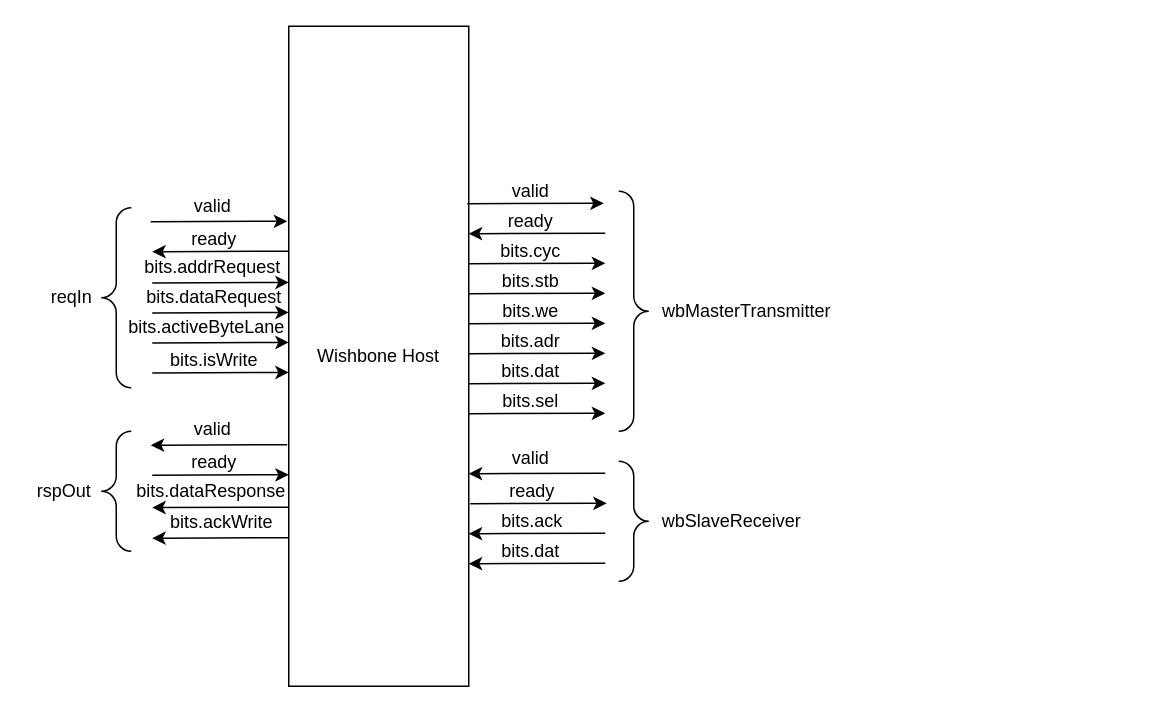
Earlier version of the draw.io diagram doc/wishbone.drawio (merledu/caravan). Source tidied: cells renumbered, new cells numbered last; positions are measured from the earlier drawing's top-left corner, leaving out a move shared by most shapes. Both pictures are drawn from the tidied source at 150%, with x=0, y=0 at pixel (26, 26).
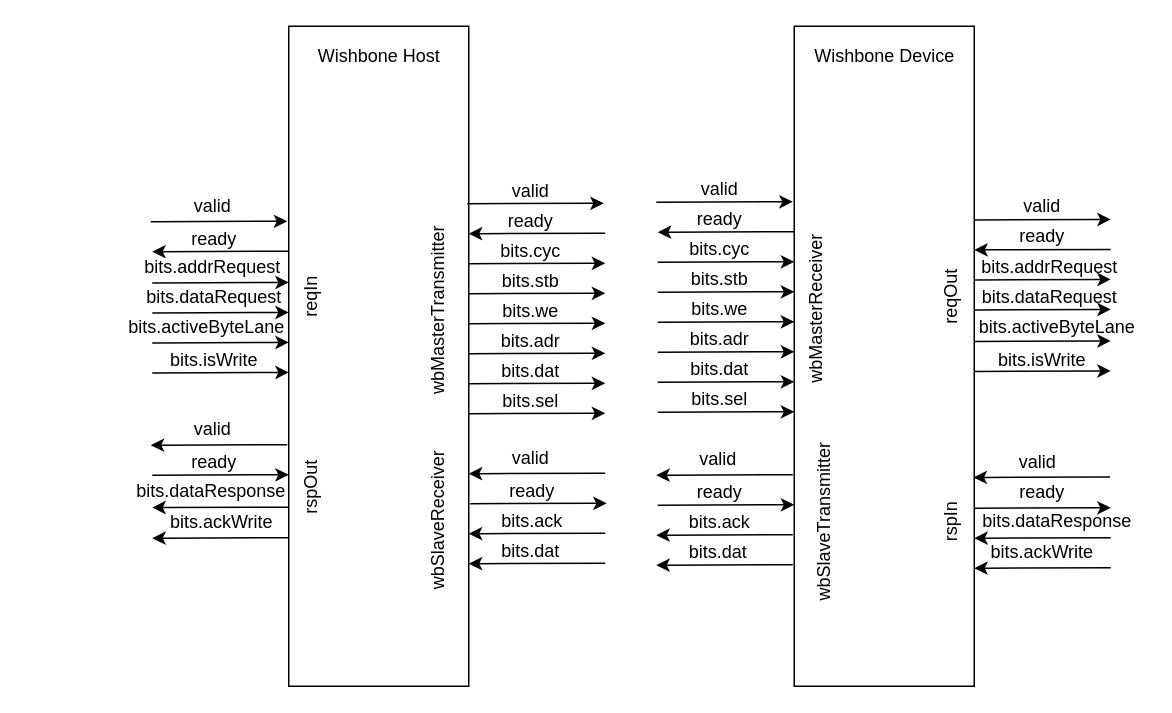
Above is the later version.

Commit message:
modified the wishbone diagram

Diff of the diagram source:
```diff
@@
-    <mxCell id="2" value="Wishbone Host" style="rounded=0;whiteSpace=wrap;html=1;" parent="1" vertex="1">
+    <mxCell id="2" style="rounded=0;whiteSpace=wrap;html=1;" parent="1" vertex="1">
       <mxGeometry x="175" width="120" height="440" as="geometry" />
     </mxCell>
@@
-    <mxCell id="19" style="labelPosition=right;align=left;strokeWidth=1;shape=mxgraph.mockup.markup.curlyBrace;html=1;shadow=0;dashed=0;direction=south;" parent="1" vertex="1">
-      <mxGeometry x="395" y="110" width="20" height="160" as="geometry" />
-    </mxCell>
-    <mxCell id="20" value="wbMasterTransmitter" style="text;html=1;align=center;verticalAlign=middle;" parent="1" vertex="1">
-      <mxGeometry x="415" y="180" width="130" height="20" as="geometry" />
+    <mxCell id="20" value="wbMasterTransmitter" style="text;html=1;align=center;verticalAlign=middle;rotation=-90;" parent="1" vertex="1">
+      <mxGeometry x="210" y="180" width="130" height="20" as="geometry" />
     </mxCell>
@@
-    <mxCell id="29" style="labelPosition=right;align=left;strokeWidth=1;shape=mxgraph.mockup.markup.curlyBrace;html=1;shadow=0;dashed=0;direction=south;" parent="1" vertex="1">
-      <mxGeometry x="395" y="290" width="20" height="80" as="geometry" />
-    </mxCell>
-    <mxCell id="30" value="wbSlaveReceiver" style="text;html=1;align=center;verticalAlign=middle;" parent="1" vertex="1">
-      <mxGeometry x="415" y="320" width="110" height="20" as="geometry" />
+    <mxCell id="30" value="wbSlaveReceiver" style="text;html=1;align=center;verticalAlign=middle;rotation=-90;" parent="1" vertex="1">
+      <mxGeometry x="220" y="320" width="110" height="20" as="geometry" />
     </mxCell>
@@
-    <mxCell id="43" style="labelPosition=right;align=left;strokeWidth=1;shape=mxgraph.mockup.markup.curlyBrace;html=1;shadow=0;dashed=0;direction=north;" parent="1" vertex="1">
-      <mxGeometry x="50" y="121" width="20" height="120" as="geometry" />
-    </mxCell>
-    <mxCell id="44" value="reqIn" style="text;html=1;align=center;verticalAlign=middle;" parent="1" vertex="1">
-      <mxGeometry x="10" y="171" width="40" height="20" as="geometry" />
+    <mxCell id="44" value="reqIn" style="text;html=1;align=center;verticalAlign=middle;rotation=-90;" parent="1" vertex="1">
+      <mxGeometry x="170" y="171" width="40" height="20" as="geometry" />
     </mxCell>
@@
-    <mxCell id="53" style="labelPosition=right;align=left;strokeWidth=1;shape=mxgraph.mockup.markup.curlyBrace;html=1;shadow=0;dashed=0;direction=north;" parent="1" vertex="1">
-      <mxGeometry x="50" y="270" width="20" height="80" as="geometry" />
-    </mxCell>
-    <mxCell id="54" value="rspOut" style="text;html=1;align=center;verticalAlign=middle;" parent="1" vertex="1">
-      <mxGeometry y="300" width="50" height="20" as="geometry" />
+    <mxCell id="54" value="rspOut" style="text;html=1;align=center;verticalAlign=middle;rotation=-90;" parent="1" vertex="1">
+      <mxGeometry x="165" y="298" width="50" height="20" as="geometry" />
     </mxCell>
+    <mxCell id="55" style="rounded=0;whiteSpace=wrap;html=1;" parent="1" vertex="1">
+      <mxGeometry x="512" width="120" height="440" as="geometry" />
+    </mxCell>
+    <mxCell id="56" style="endArrow=classic;html=1;exitX=0.995;exitY=0.056;exitDx=0;exitDy=0;exitPerimeter=0;" parent="1" edge="1">
+      <mxGeometry x="166" y="199" as="geometry">
+        <mxPoint x="420" y="117.3" as="sourcePoint" />
+        <mxPoint x="511" y="117" as="targetPoint" />
+      </mxGeometry>
+    </mxCell>
+    <mxCell id="57" style="endArrow=classic;html=1;exitX=0.995;exitY=0.056;exitDx=0;exitDy=0;exitPerimeter=0;" parent="1" edge="1">
+      <mxGeometry x="166" y="199" as="geometry">
+        <mxPoint x="512" y="137" as="sourcePoint" />
+        <mxPoint x="421" y="137.3" as="targetPoint" />
+      </mxGeometry>
+    </mxCell>
+    <mxCell id="58" value="valid" style="text;html=1;align=center;verticalAlign=middle;" parent="1" vertex="1">
+      <mxGeometry x="442" y="99" width="40" height="20" as="geometry" />
+    </mxCell>
+    <mxCell id="59" value="ready" style="text;html=1;align=center;verticalAlign=middle;" parent="1" vertex="1">
+      <mxGeometry x="437" y="119" width="50" height="20" as="geometry" />
+    </mxCell>
+    <mxCell id="60" style="endArrow=classic;html=1;exitX=0.995;exitY=0.056;exitDx=0;exitDy=0;exitPerimeter=0;" parent="1" edge="1">
+      <mxGeometry x="166" y="199" as="geometry">
+        <mxPoint x="421" y="157.3" as="sourcePoint" />
+        <mxPoint x="512" y="157" as="targetPoint" />
+      </mxGeometry>
+    </mxCell>
+    <mxCell id="61" value="bits.cyc" style="text;html=1;align=center;verticalAlign=middle;" parent="1" vertex="1">
+      <mxGeometry x="432" y="139" width="60" height="20" as="geometry" />
+    </mxCell>
+    <mxCell id="62" style="endArrow=classic;html=1;exitX=0.995;exitY=0.056;exitDx=0;exitDy=0;exitPerimeter=0;" parent="1" edge="1">
+      <mxGeometry x="166" y="199" as="geometry">
+        <mxPoint x="421" y="177.3" as="sourcePoint" />
+        <mxPoint x="512" y="177" as="targetPoint" />
+      </mxGeometry>
+    </mxCell>
+    <mxCell id="63" value="bits.stb" style="text;html=1;align=center;verticalAlign=middle;" parent="1" vertex="1">
+      <mxGeometry x="437" y="159" width="50" height="20" as="geometry" />
+    </mxCell>
+    <mxCell id="64" style="endArrow=classic;html=1;exitX=0.995;exitY=0.056;exitDx=0;exitDy=0;exitPerimeter=0;" parent="1" edge="1">
+      <mxGeometry x="166" y="199" as="geometry">
+        <mxPoint x="421" y="197.3" as="sourcePoint" />
+        <mxPoint x="512" y="197" as="targetPoint" />
+      </mxGeometry>
+    </mxCell>
+    <mxCell id="65" style="endArrow=classic;html=1;exitX=0.995;exitY=0.056;exitDx=0;exitDy=0;exitPerimeter=0;" parent="1" edge="1">
+      <mxGeometry x="166" y="199" as="geometry">
+        <mxPoint x="421" y="217.3" as="sourcePoint" />
+        <mxPoint x="512" y="217" as="targetPoint" />
+      </mxGeometry>
+    </mxCell>
+    <mxCell id="66" style="endArrow=classic;html=1;exitX=0.995;exitY=0.056;exitDx=0;exitDy=0;exitPerimeter=0;" parent="1" edge="1">
+      <mxGeometry x="166" y="199" as="geometry">
+        <mxPoint x="421" y="237.3" as="sourcePoint" />
+        <mxPoint x="512" y="237" as="targetPoint" />
+      </mxGeometry>
+    </mxCell>
+    <mxCell id="67" value="bits.we" style="text;html=1;align=center;verticalAlign=middle;" parent="1" vertex="1">
+      <mxGeometry x="437" y="179" width="50" height="20" as="geometry" />
+    </mxCell>
+    <mxCell id="68" value="bits.adr" style="text;html=1;align=center;verticalAlign=middle;" parent="1" vertex="1">
+      <mxGeometry x="437" y="199" width="50" height="20" as="geometry" />
+    </mxCell>
+    <mxCell id="69" value="bits.dat" style="text;html=1;align=center;verticalAlign=middle;" parent="1" vertex="1">
+      <mxGeometry x="437" y="219" width="50" height="20" as="geometry" />
+    </mxCell>
+    <mxCell id="70" style="endArrow=classic;html=1;exitX=0.995;exitY=0.056;exitDx=0;exitDy=0;exitPerimeter=0;" parent="1" edge="1">
+      <mxGeometry x="166" y="199" as="geometry">
+        <mxPoint x="421" y="257.3" as="sourcePoint" />
+        <mxPoint x="512" y="257" as="targetPoint" />
+      </mxGeometry>
+    </mxCell>
+    <mxCell id="71" value="bits.sel" style="text;html=1;align=center;verticalAlign=middle;" parent="1" vertex="1">
+      <mxGeometry x="437" y="239" width="50" height="20" as="geometry" />
+    </mxCell>
+    <mxCell id="72" value="wbMasterReceiver" style="text;html=1;align=center;verticalAlign=middle;rotation=-90;" parent="1" vertex="1">
+      <mxGeometry x="472" y="179" width="110" height="20" as="geometry" />
+    </mxCell>
+    <mxCell id="73" value="valid" style="text;html=1;align=center;verticalAlign=middle;" parent="1" vertex="1">
+      <mxGeometry x="441" y="279" width="40" height="20" as="geometry" />
+    </mxCell>
+    <mxCell id="74" style="endArrow=classic;html=1;exitX=0.995;exitY=0.056;exitDx=0;exitDy=0;exitPerimeter=0;" parent="1" edge="1">
+      <mxGeometry x="165" y="201" as="geometry">
+        <mxPoint x="511" y="299" as="sourcePoint" />
+        <mxPoint x="420" y="299.3" as="targetPoint" />
+      </mxGeometry>
+    </mxCell>
+    <mxCell id="75" value="ready" style="text;html=1;align=center;verticalAlign=middle;" parent="1" vertex="1">
+      <mxGeometry x="437" y="301" width="50" height="20" as="geometry" />
+    </mxCell>
+    <mxCell id="76" style="endArrow=classic;html=1;exitX=0.995;exitY=0.056;exitDx=0;exitDy=0;exitPerimeter=0;" parent="1" edge="1">
+      <mxGeometry x="165" y="201" as="geometry">
+        <mxPoint x="421" y="319.3" as="sourcePoint" />
+        <mxPoint x="512" y="319" as="targetPoint" />
+      </mxGeometry>
+    </mxCell>
+    <mxCell id="77" style="endArrow=classic;html=1;exitX=0.995;exitY=0.056;exitDx=0;exitDy=0;exitPerimeter=0;" parent="1" edge="1">
+      <mxGeometry x="165" y="201" as="geometry">
+        <mxPoint x="511" y="339" as="sourcePoint" />
+        <mxPoint x="420" y="339.3" as="targetPoint" />
+      </mxGeometry>
+    </mxCell>
+    <mxCell id="78" style="endArrow=classic;html=1;exitX=0.995;exitY=0.056;exitDx=0;exitDy=0;exitPerimeter=0;" parent="1" edge="1">
+      <mxGeometry x="165" y="201" as="geometry">
+        <mxPoint x="511" y="359" as="sourcePoint" />
+        <mxPoint x="420" y="359.3" as="targetPoint" />
+      </mxGeometry>
+    </mxCell>
+    <mxCell id="79" value="bits.ack" style="text;html=1;align=center;verticalAlign=middle;" parent="1" vertex="1">
+      <mxGeometry x="432" y="321" width="60" height="20" as="geometry" />
+    </mxCell>
+    <mxCell id="80" value="bits.dat" style="text;html=1;align=center;verticalAlign=middle;" parent="1" vertex="1">
+      <mxGeometry x="436" y="341" width="50" height="20" as="geometry" />
+    </mxCell>
+    <mxCell id="81" value="wbSlaveTransmitter" style="text;html=1;align=center;verticalAlign=middle;rotation=-90;" parent="1" vertex="1">
+      <mxGeometry x="472" y="321" width="120" height="20" as="geometry" />
+    </mxCell>
+    <mxCell id="82" value="valid" style="text;html=1;align=center;verticalAlign=middle;" parent="1" vertex="1">
+      <mxGeometry x="657" y="110" width="40" height="20" as="geometry" />
+    </mxCell>
+    <mxCell id="83" style="endArrow=classic;html=1;exitX=0.995;exitY=0.056;exitDx=0;exitDy=0;exitPerimeter=0;" parent="1" edge="1">
+      <mxGeometry x="589" y="198.8" as="geometry">
+        <mxPoint x="632" y="129.1" as="sourcePoint" />
+        <mxPoint x="723" y="128.8" as="targetPoint" />
+      </mxGeometry>
+    </mxCell>
+    <mxCell id="84" value="ready" style="text;html=1;align=center;verticalAlign=middle;" parent="1" vertex="1">
+      <mxGeometry x="652" y="130" width="50" height="20" as="geometry" />
+    </mxCell>
+    <mxCell id="85" style="endArrow=classic;html=1;exitX=0.995;exitY=0.056;exitDx=0;exitDy=0;exitPerimeter=0;" parent="1" edge="1">
+      <mxGeometry x="588" y="198.8" as="geometry">
+        <mxPoint x="723" y="148.8" as="sourcePoint" />
+        <mxPoint x="632" y="149.1" as="targetPoint" />
+      </mxGeometry>
+    </mxCell>
+    <mxCell id="86" style="endArrow=classic;html=1;exitX=0.995;exitY=0.056;exitDx=0;exitDy=0;exitPerimeter=0;" parent="1" edge="1">
+      <mxGeometry x="588" y="198.1" as="geometry">
+        <mxPoint x="632" y="169.2" as="sourcePoint" />
+        <mxPoint x="723" y="168.8" as="targetPoint" />
+      </mxGeometry>
+    </mxCell>
+    <mxCell id="87" value="bits.addrRequest" style="text;html=1;align=center;verticalAlign=middle;" parent="1" vertex="1">
+      <mxGeometry x="627" y="151" width="110" height="20" as="geometry" />
+    </mxCell>
+    <mxCell id="88" style="endArrow=classic;html=1;exitX=0.995;exitY=0.056;exitDx=0;exitDy=0;exitPerimeter=0;" parent="1" edge="1">
+      <mxGeometry x="588" y="198.1" as="geometry">
+        <mxPoint x="632" y="189.2" as="sourcePoint" />
+        <mxPoint x="723" y="188.8" as="targetPoint" />
+      </mxGeometry>
+    </mxCell>
+    <mxCell id="89" value="bits.dataRequest" style="text;html=1;align=center;verticalAlign=middle;" parent="1" vertex="1">
+      <mxGeometry x="627" y="171" width="110" height="20" as="geometry" />
+    </mxCell>
+    <mxCell id="90" style="endArrow=classic;html=1;exitX=0.995;exitY=0.056;exitDx=0;exitDy=0;exitPerimeter=0;" parent="1" edge="1">
+      <mxGeometry x="588" y="199.1" as="geometry">
+        <mxPoint x="632" y="210.2" as="sourcePoint" />
+        <mxPoint x="723" y="209.8" as="targetPoint" />
+      </mxGeometry>
+    </mxCell>
+    <mxCell id="91" value="bits.activeByteLane" style="text;html=1;align=center;verticalAlign=middle;" parent="1" vertex="1">
+      <mxGeometry x="627" y="191" width="120" height="20" as="geometry" />
+    </mxCell>
+    <mxCell id="92" style="endArrow=classic;html=1;exitX=0.995;exitY=0.056;exitDx=0;exitDy=0;exitPerimeter=0;" parent="1" edge="1">
+      <mxGeometry x="588" y="199.1" as="geometry">
+        <mxPoint x="632" y="230.2" as="sourcePoint" />
+        <mxPoint x="723" y="229.8" as="targetPoint" />
+      </mxGeometry>
+    </mxCell>
+    <mxCell id="93" value="bits.isWrite" style="text;html=1;align=center;verticalAlign=middle;" parent="1" vertex="1">
+      <mxGeometry x="642" y="213" width="70" height="20" as="geometry" />
+    </mxCell>
+    <mxCell id="94" value="reqOut" style="text;html=1;align=center;verticalAlign=middle;rotation=-90;" parent="1" vertex="1">
+      <mxGeometry x="592" y="171" width="50" height="20" as="geometry" />
+    </mxCell>
+    <mxCell id="95" value="valid" style="text;html=1;align=center;verticalAlign=middle;" parent="1" vertex="1">
+      <mxGeometry x="654" y="281" width="40" height="20" as="geometry" />
+    </mxCell>
+    <mxCell id="96" style="endArrow=classic;html=1;exitX=0.995;exitY=0.056;exitDx=0;exitDy=0;exitPerimeter=0;" parent="1" edge="1">
+      <mxGeometry x="588.5" y="221.5" as="geometry">
+        <mxPoint x="722.5" y="300.5" as="sourcePoint" />
+        <mxPoint x="631.5" y="300.8" as="targetPoint" />
+      </mxGeometry>
+    </mxCell>
+    <mxCell id="97" value="ready" style="text;html=1;align=center;verticalAlign=middle;" parent="1" vertex="1">
+      <mxGeometry x="652" y="301" width="50" height="20" as="geometry" />
+    </mxCell>
+    <mxCell id="98" style="endArrow=classic;html=1;exitX=0.995;exitY=0.056;exitDx=0;exitDy=0;exitPerimeter=0;" parent="1" edge="1">
+      <mxGeometry x="588" y="222" as="geometry">
+        <mxPoint x="632" y="321.3" as="sourcePoint" />
+        <mxPoint x="723" y="321" as="targetPoint" />
+      </mxGeometry>
+    </mxCell>
+    <mxCell id="99" style="endArrow=classic;html=1;exitX=0.995;exitY=0.056;exitDx=0;exitDy=0;exitPerimeter=0;" parent="1" edge="1">
+      <mxGeometry x="588" y="220.4" as="geometry">
+        <mxPoint x="723" y="341" as="sourcePoint" />
+        <mxPoint x="632" y="341.3" as="targetPoint" />
+      </mxGeometry>
+    </mxCell>
+    <mxCell id="100" value="bits.dataResponse" style="text;html=1;align=center;verticalAlign=middle;" parent="1" vertex="1">
+      <mxGeometry x="632" y="320" width="110" height="20" as="geometry" />
+    </mxCell>
+    <mxCell id="101" style="endArrow=classic;html=1;exitX=0.995;exitY=0.056;exitDx=0;exitDy=0;exitPerimeter=0;" parent="1" edge="1">
+      <mxGeometry x="588" y="220" as="geometry">
+        <mxPoint x="723" y="361" as="sourcePoint" />
+        <mxPoint x="632" y="361.3" as="targetPoint" />
+      </mxGeometry>
+    </mxCell>
+    <mxCell id="102" value="bits.ackWrite" style="text;html=1;align=center;verticalAlign=middle;" parent="1" vertex="1">
+      <mxGeometry x="637" y="341" width="80" height="20" as="geometry" />
+    </mxCell>
+    <mxCell id="103" value="rspIn" style="text;html=1;align=center;verticalAlign=middle;rotation=-90;" parent="1" vertex="1">
+      <mxGeometry x="597" y="321" width="40" height="20" as="geometry" />
+    </mxCell>
+    <mxCell id="104" value="Wishbone Device" style="text;html=1;align=center;verticalAlign=middle;" parent="1" vertex="1">
+      <mxGeometry x="517" y="10" width="110" height="20" as="geometry" />
+    </mxCell>
+    <mxCell id="105" value="Wishbone Host" style="text;html=1;align=center;verticalAlign=middle;" parent="1" vertex="1">
+      <mxGeometry x="185" y="10" width="100" height="20" as="geometry" />
+    </mxCell>
```
